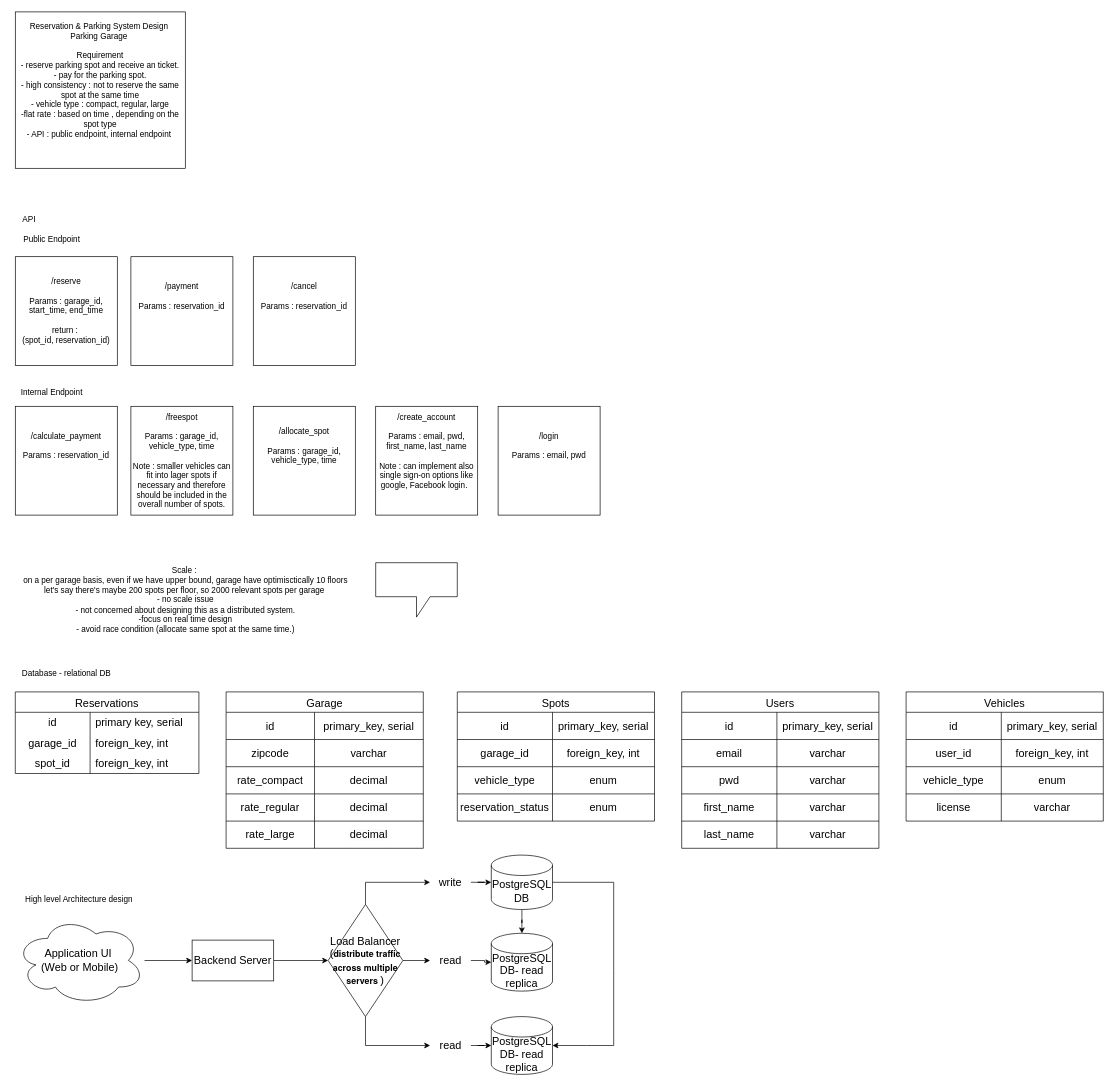
The draw.io diagram 제목 없는 다이어그램.drawio in ye0985/SystemDesign, before the edit. Source tidied: cells renumbered, new cells numbered last; positions are measured from the earlier drawing's top-left corner, leaving out a move shared by most shapes. Both pictures are drawn from the tidied source at 68%, with x=0, y=0 at pixel (12, 12).
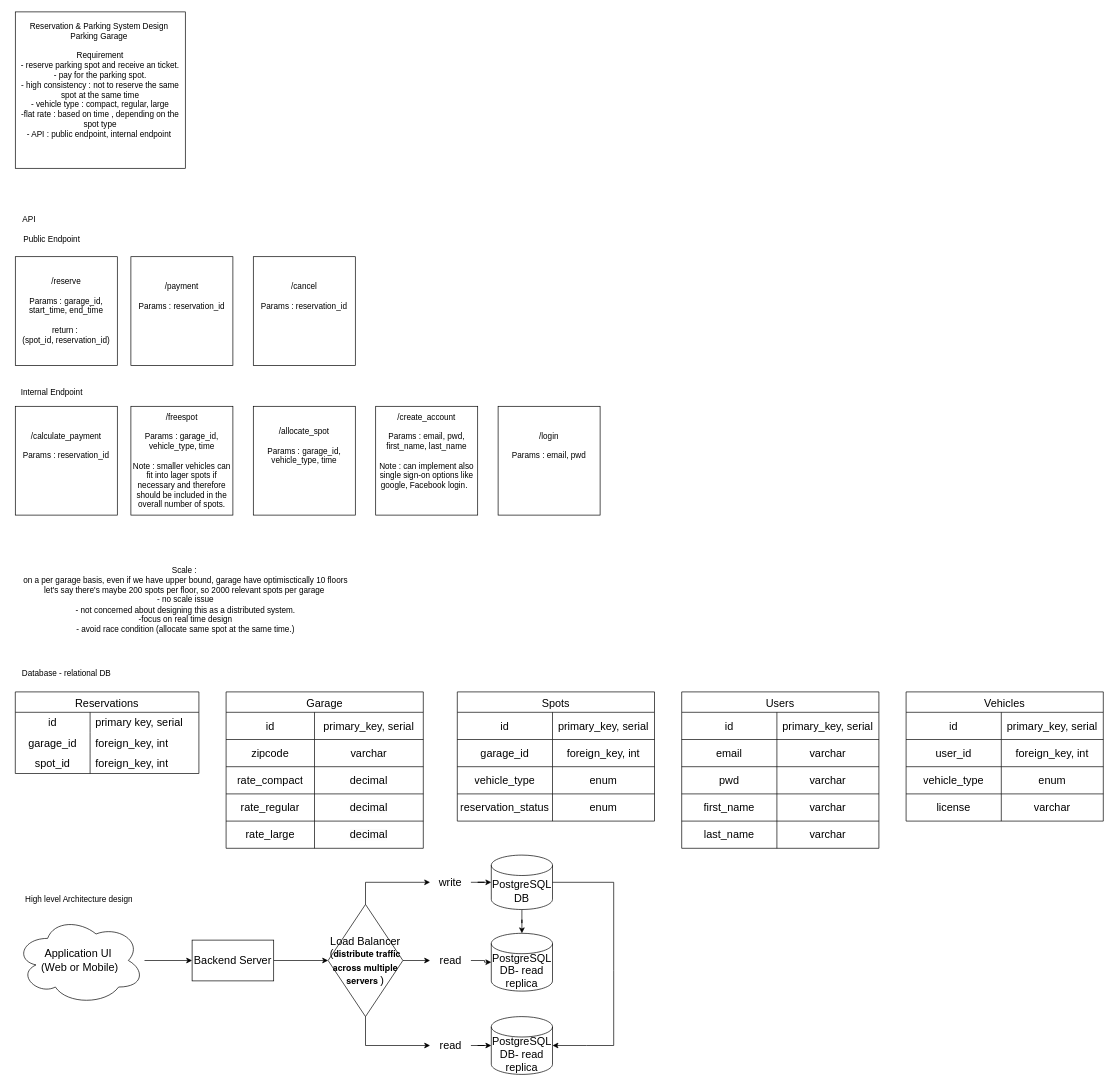
After the change.

Commit message:
parking garage

Change to the diagram source:
```diff
@@
-    <mxCell id="91" style="shape=callout;whiteSpace=wrap;html=1;perimeter=calloutPerimeter;strokeColor=default;align=center;verticalAlign=middle;fontFamily=Helvetica;fontSize=16;fontColor=default;fontStyle=0;fillColor=default;" parent="1" vertex="1">
-      <mxGeometry x="535" y="810" width="120" height="80" as="geometry" />
-    </mxCell>
```
